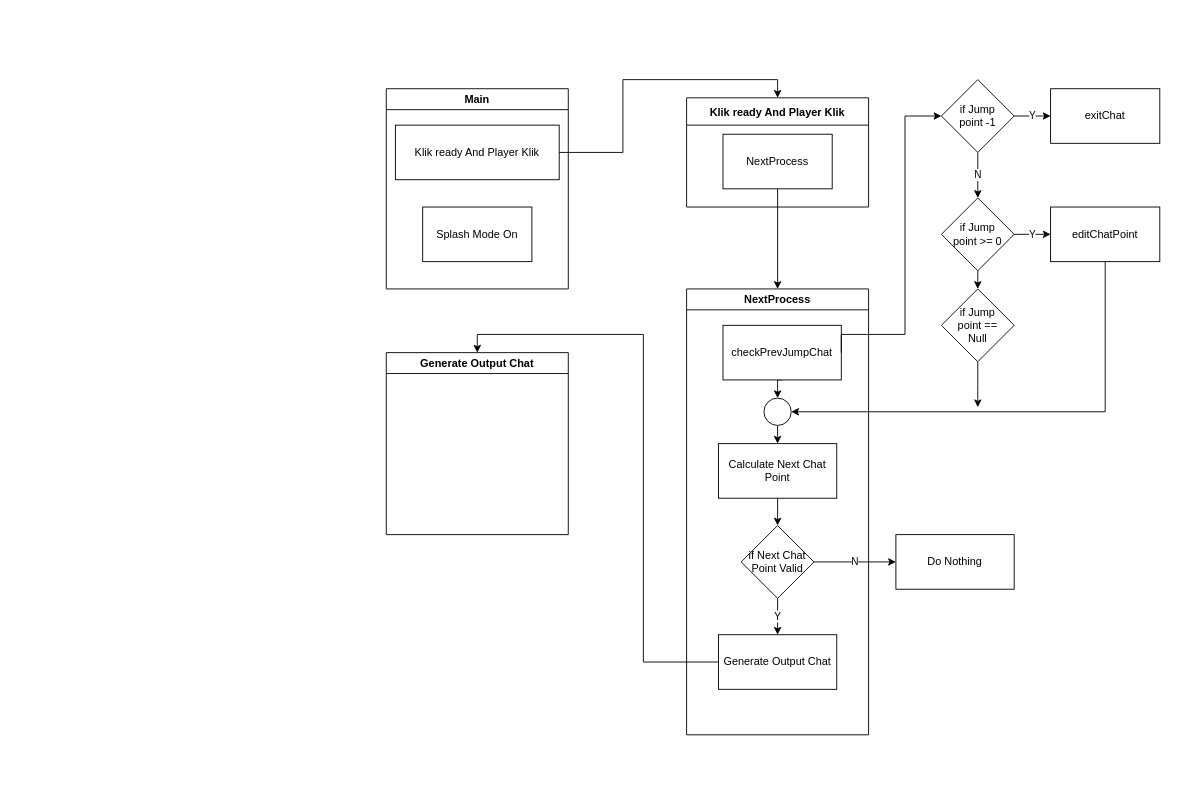
The draw.io diagram data/Untitled Diagram.drawio in udinjelek/godotChat, before the edit. Source tidied: cells renumbered, new cells numbered last; positions are measured from the earlier drawing's top-left corner, leaving out a move shared by most shapes. Both pictures are drawn from the tidied source at 91%, with x=0, y=0 at pixel (386, 79).
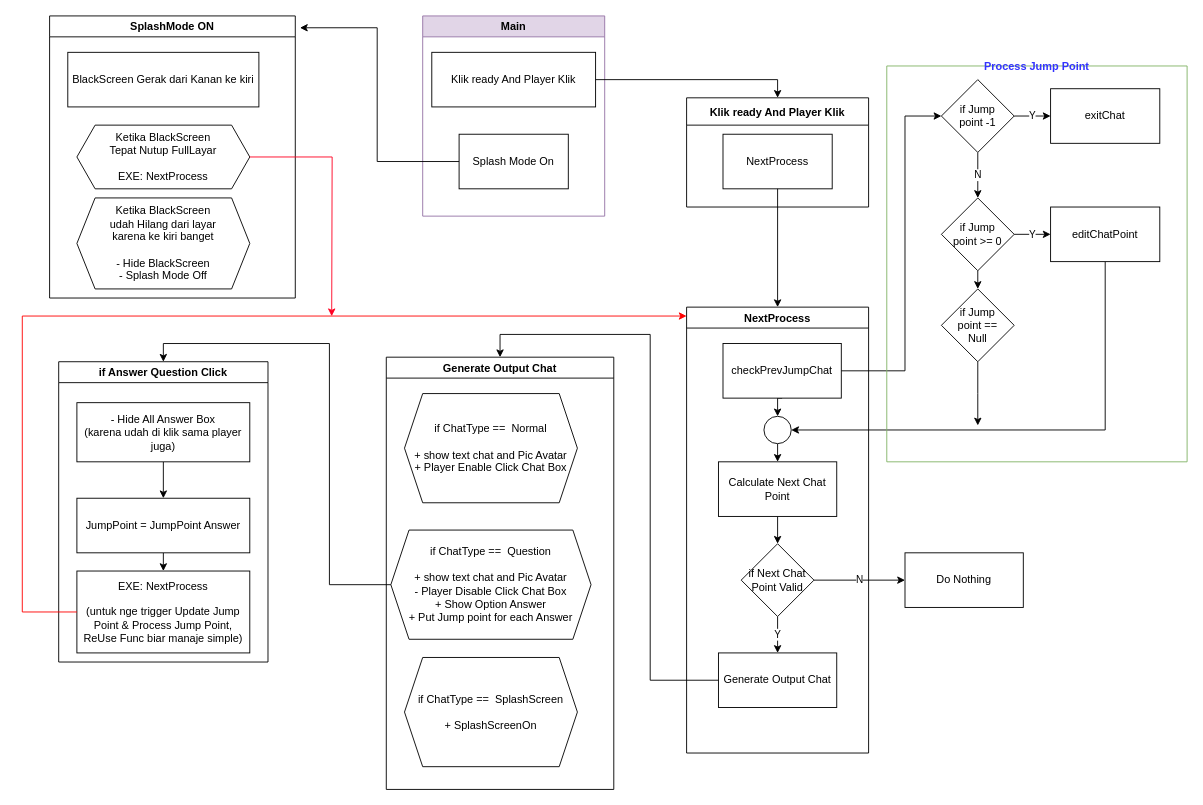
The same page after the edit.

Unchanged cells that the change refers to:
```xml
<mxCell id="4" value="Splash Mode On" style="rounded=0;whiteSpace=wrap;html=1;" parent="2" vertex="1">
  <mxGeometry x="40" y="130" width="120" height="60" as="geometry" />
</mxCell>
<mxCell id="10" value="checkPrevJumpChat" style="rounded=0;whiteSpace=wrap;html=1;" parent="8" vertex="1">
  <mxGeometry x="40" y="40" width="130" height="60" as="geometry" />
</mxCell>
<mxCell id="17" value="Generate Output Chat" style="rounded=0;whiteSpace=wrap;html=1;" parent="8" vertex="1">
  <mxGeometry x="35" y="380" width="130" height="60" as="geometry" />
</mxCell>
<mxCell id="21" value="&lt;div&gt;if Jump &lt;br&gt;&lt;/div&gt;&lt;div&gt;point -1&lt;/div&gt;" style="rhombus;whiteSpace=wrap;html=1;" parent="1" vertex="1">
  <mxGeometry x="610" width="80" height="80" as="geometry" />
</mxCell>
<mxCell id="30" value="&lt;div&gt;if Jump &lt;br&gt;&lt;/div&gt;&lt;div&gt;point == &lt;br&gt;&lt;/div&gt;&lt;div&gt;Null &lt;br&gt;&lt;/div&gt;" style="rhombus;whiteSpace=wrap;html=1;" parent="1" vertex="1">
  <mxGeometry x="610" y="230" width="80" height="80" as="geometry" />
</mxCell>
```

The edit, as a diff of the source:
```diff
@@
-    <mxCell id="2" value="Main" style="swimlane;" parent="1" vertex="1">
-      <mxGeometry y="10" width="200" height="220" as="geometry" />
+    <mxCell id="2" value="Main" style="swimlane;fillColor=#e1d5e7;strokeColor=#9673a6;" parent="1" vertex="1">
+      <mxGeometry x="40" y="-70" width="200" height="220" as="geometry" />
     </mxCell>
@@
     <mxCell id="8" value="NextProcess" style="swimlane;" parent="1" vertex="1">
-      <mxGeometry x="330" y="230" width="200" height="490" as="geometry" />
+      <mxGeometry x="330" y="250" width="200" height="490" as="geometry" />
     </mxCell>
@@
     <mxCell id="23" style="edgeStyle=orthogonalEdgeStyle;rounded=0;jettySize=auto;html=1;exitX=1;exitY=0.5;exitDx=0;exitDy=0;entryX=0;entryY=0.5;entryDx=0;entryDy=0;" parent="1" edge="1" source="10" target="21">
       <mxGeometry relative="1" as="geometry">
         <Array as="points">
-          <mxPoint x="570" y="280" />
+          <mxPoint x="570" y="320" />
           <mxPoint x="570" y="40" />
         </Array>
       </mxGeometry>
     </mxCell>
@@
     <mxCell id="29" style="edgeStyle=orthogonalEdgeStyle;rounded=0;jettySize=auto;html=1;exitX=0.5;exitY=1;exitDx=0;exitDy=0;" parent="1" edge="1" source="30">
       <mxGeometry relative="1" as="geometry">
-        <mxPoint x="650" y="360" as="targetPoint" />
+        <mxPoint x="650" y="380" as="targetPoint" />
       </mxGeometry>
     </mxCell>
@@
     <mxCell id="31" value="Do Nothing" style="rounded=0;whiteSpace=wrap;html=1;" parent="1" vertex="1">
-      <mxGeometry x="560" y="500" width="130" height="60" as="geometry" />
+      <mxGeometry x="570" y="520" width="130" height="60" as="geometry" />
     </mxCell>
@@
     <mxCell id="33" value="Generate Output Chat" style="swimlane;" parent="1" vertex="1">
-      <mxGeometry y="300" width="200" height="200" as="geometry" />
+      <mxGeometry y="305" width="250" height="475" as="geometry" />
     </mxCell>
+    <mxCell id="35" value="if ChatType ==&amp;nbsp; Normal&lt;br&gt;&lt;br&gt;&lt;div&gt;+ show text chat and Pic Avatar&lt;/div&gt;&lt;div&gt;+ Player Enable Click Chat Box&lt;br&gt;&lt;/div&gt;" style="shape=hexagon;perimeter=hexagonPerimeter2;whiteSpace=wrap;html=1;fixedSize=1;" parent="33" vertex="1">
+      <mxGeometry x="20" y="40" width="190" height="120" as="geometry" />
+    </mxCell>
+    <mxCell id="36" value="if ChatType ==&amp;nbsp; Question&lt;br&gt;&lt;br&gt;&lt;div&gt;+ show text chat and Pic Avatar&lt;/div&gt;&lt;div&gt;- Player Disable Click Chat Box&lt;/div&gt;&lt;div&gt;+ Show Option Answer&lt;br&gt;+ Put Jump point for each Answer&lt;br&gt;&lt;/div&gt;" style="shape=hexagon;perimeter=hexagonPerimeter2;whiteSpace=wrap;html=1;fixedSize=1;" parent="33" vertex="1">
+      <mxGeometry x="5" y="190" width="220" height="120" as="geometry" />
+    </mxCell>
+    <mxCell id="37" value="if ChatType ==&amp;nbsp; SplashScreen&lt;br&gt;&lt;br&gt;&lt;div&gt;+ SplashScreenOn&lt;/div&gt;" style="shape=hexagon;perimeter=hexagonPerimeter2;whiteSpace=wrap;html=1;fixedSize=1;" parent="33" vertex="1">
+      <mxGeometry x="20" y="330" width="190" height="120" as="geometry" />
+    </mxCell>
     <mxCell id="34" style="edgeStyle=orthogonalEdgeStyle;rounded=0;jettySize=auto;html=1;exitX=0;exitY=0.5;exitDx=0;exitDy=0;entryX=0.5;entryY=0;entryDx=0;entryDy=0;" parent="1" edge="1" source="17" target="33">
-      <mxGeometry relative="1" as="geometry" />
+      <mxGeometry relative="1" as="geometry">
+        <Array as="points">
+          <mxPoint x="290" y="660" />
+          <mxPoint x="290" y="280" />
+          <mxPoint x="125" y="280" />
+        </Array>
+      </mxGeometry>
     </mxCell>
+    <mxCell id="38" value="if Answer Question Click" style="swimlane;" parent="1" vertex="1">
+      <mxGeometry x="-360" y="310" width="230" height="330" as="geometry" />
+    </mxCell>
+    <mxCell id="39" style="edgeStyle=orthogonalEdgeStyle;rounded=0;jettySize=auto;html=1;exitX=0.5;exitY=1;exitDx=0;exitDy=0;entryX=0.5;entryY=0;entryDx=0;entryDy=0;" parent="38" edge="1" source="40" target="43">
+      <mxGeometry relative="1" as="geometry" />
+    </mxCell>
+    <mxCell id="40" value="JumpPoint = JumpPoint Answer" style="rounded=0;whiteSpace=wrap;html=1;" parent="38" vertex="1">
+      <mxGeometry x="20" y="150" width="190" height="60" as="geometry" />
+    </mxCell>
+    <mxCell id="41" style="edgeStyle=orthogonalEdgeStyle;rounded=0;jettySize=auto;html=1;exitX=0.5;exitY=1;exitDx=0;exitDy=0;entryX=0.5;entryY=0;entryDx=0;entryDy=0;" parent="38" edge="1" source="42" target="40">
+      <mxGeometry relative="1" as="geometry" />
+    </mxCell>
+    <mxCell id="42" value="- Hide All Answer Box&lt;br&gt;(karena udah di klik sama player juga)" style="rounded=0;whiteSpace=wrap;html=1;" parent="38" vertex="1">
+      <mxGeometry x="20" y="45" width="190" height="65" as="geometry" />
+    </mxCell>
+    <mxCell id="43" value="&lt;div&gt;EXE: NextProcess&lt;br&gt;&lt;br&gt;(untuk nge trigger Update Jump Point &amp;amp; Process Jump Point,&lt;br&gt;ReUse Func biar manaje simple)&lt;/div&gt;" style="rounded=0;whiteSpace=wrap;html=1;" parent="38" vertex="1">
+      <mxGeometry x="20" y="230" width="190" height="90" as="geometry" />
+    </mxCell>
+    <mxCell id="44" style="edgeStyle=orthogonalEdgeStyle;rounded=0;jettySize=auto;html=1;exitX=0;exitY=0.5;exitDx=0;exitDy=0;entryX=0.5;entryY=0;entryDx=0;entryDy=0;" parent="1" edge="1" source="36" target="38">
+      <mxGeometry relative="1" as="geometry" />
+    </mxCell>
+    <mxCell id="45" style="edgeStyle=orthogonalEdgeStyle;rounded=0;jettySize=auto;html=1;exitX=0;exitY=0.5;exitDx=0;exitDy=0;entryX=0;entryY=0.02;entryDx=0;entryDy=0;entryPerimeter=0;strokeColor=#FF0000;" parent="1" edge="1" source="43" target="8">
+      <mxGeometry relative="1" as="geometry">
+        <Array as="points">
+          <mxPoint x="-400" y="585" />
+          <mxPoint x="-400" y="260" />
+        </Array>
+      </mxGeometry>
+    </mxCell>
+    <mxCell id="46" value="SplashMode ON" style="swimlane;" parent="1" vertex="1">
+      <mxGeometry x="-370" y="-70" width="270" height="310" as="geometry" />
+    </mxCell>
+    <mxCell id="47" value="BlackScreen Gerak dari Kanan ke kiri" style="rounded=0;whiteSpace=wrap;html=1;" parent="46" vertex="1">
+      <mxGeometry x="20" y="40" width="210" height="60" as="geometry" />
+    </mxCell>
+    <mxCell id="48" value="Ketika BlackScreen &lt;br&gt;Tepat Nutup FullLayar&lt;br&gt;&lt;br&gt;EXE: NextProcess" style="shape=hexagon;perimeter=hexagonPerimeter2;whiteSpace=wrap;html=1;fixedSize=1;" parent="46" vertex="1">
+      <mxGeometry x="30" y="120" width="190" height="70" as="geometry" />
+    </mxCell>
+    <mxCell id="49" value="Ketika BlackScreen &lt;br&gt;&lt;div&gt;udah Hilang dari layar &lt;br&gt;&lt;/div&gt;&lt;div&gt;karena ke kiri banget&lt;/div&gt;&lt;br&gt;- Hide BlackScreen&lt;br&gt;- Splash Mode Off" style="shape=hexagon;perimeter=hexagonPerimeter2;whiteSpace=wrap;html=1;fixedSize=1;" parent="46" vertex="1">
+      <mxGeometry x="30" y="200" width="190" height="100" as="geometry" />
+    </mxCell>
+    <mxCell id="50" style="edgeStyle=orthogonalEdgeStyle;rounded=0;jettySize=auto;html=1;exitX=0;exitY=0.5;exitDx=0;exitDy=0;entryX=1.019;entryY=0.042;entryDx=0;entryDy=0;entryPerimeter=0;strokeColor=#000000;" parent="1" edge="1" source="4" target="46">
+      <mxGeometry relative="1" as="geometry" />
+    </mxCell>
+    <mxCell id="51" style="edgeStyle=orthogonalEdgeStyle;rounded=0;jettySize=auto;html=1;exitX=1;exitY=0.5;exitDx=0;exitDy=0;strokeColor=#FF0022;" parent="1" edge="1" source="48">
+      <mxGeometry relative="1" as="geometry">
+        <mxPoint x="-60" y="260" as="targetPoint" />
+      </mxGeometry>
+    </mxCell>
+    <mxCell id="52" value="Process Jump Point" style="swimlane;startSize=0;fillColor=#d5e8d4;strokeColor=#82b366;fontColor=#3333FF;" parent="1" vertex="1">
+      <mxGeometry x="550" y="-15" width="330" height="435" as="geometry" />
+    </mxCell>
```
